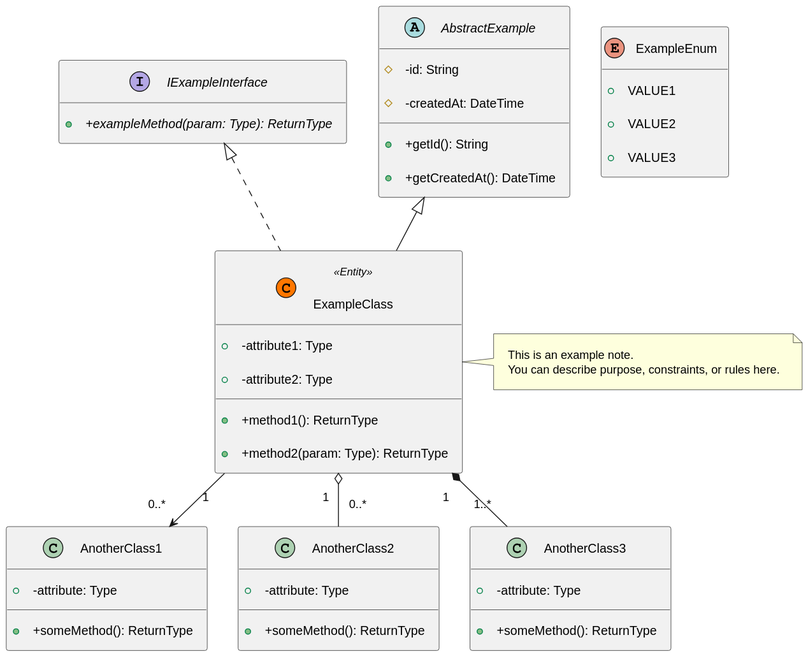
Earlier version of the PlantUML export class/plantuml_class.svg (andikatjacobdennis/UML).
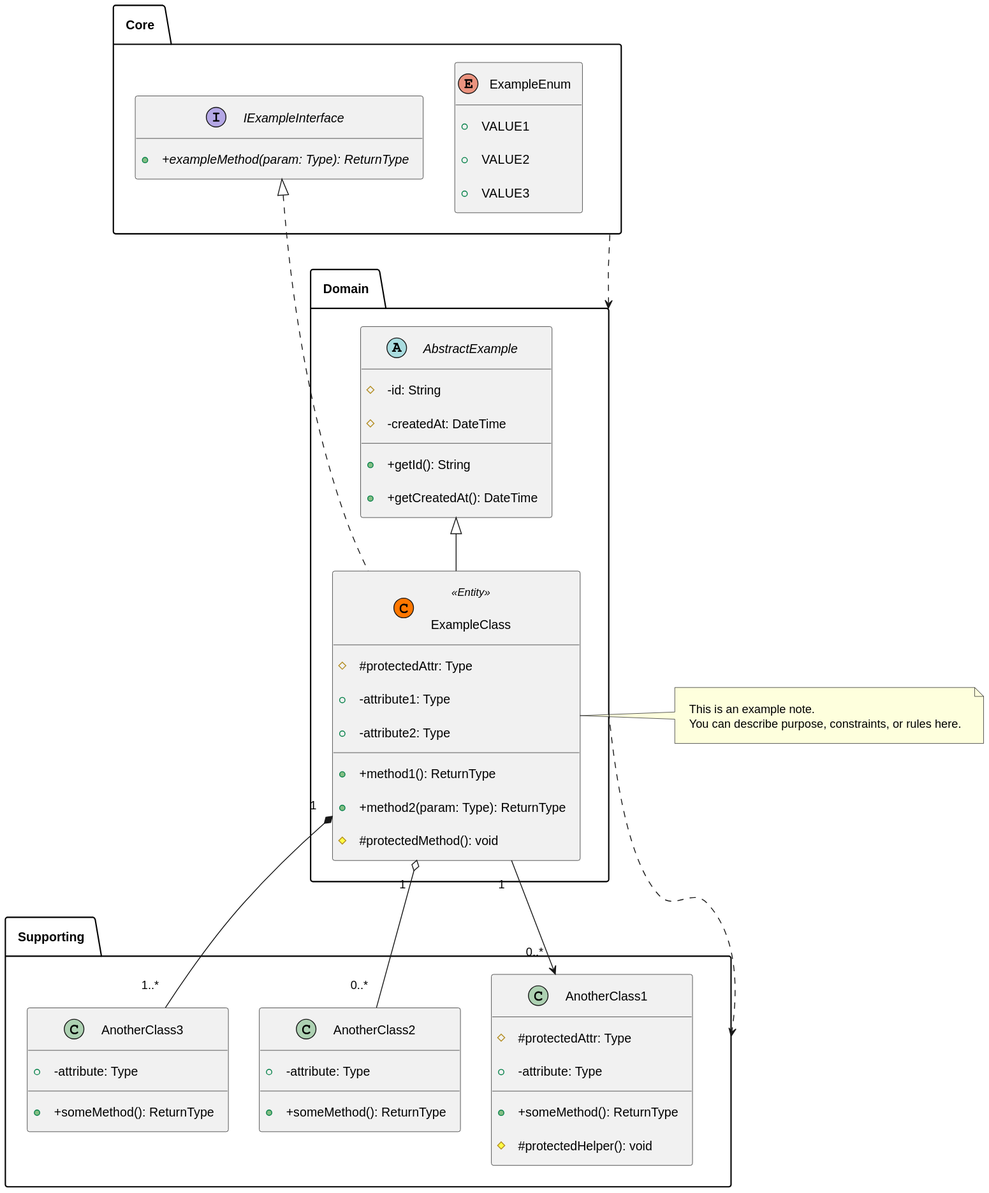
Later version of the same file.

Commit message:
Updated class diagram

The edit, as a diff of the source:
```diff
@@ -1,6 +1,5 @@
 @startuml
 
-skinparam linetype polyline
 skinparam Shadowing false
 skinparam Padding 10
 skinparam NodePadding 10
@@ -8,43 +7,53 @@
 
 hide empty members
 
-enum ExampleEnum {
-    + VALUE1
-    + VALUE2
-    + VALUE3
+package "Core" {
+    enum ExampleEnum {
+        + VALUE1
+        + VALUE2
+        + VALUE3
+    }
+
+    interface IExampleInterface {
+        + {abstract} +exampleMethod(param: Type): ReturnType
+    }
 }
 
-interface IExampleInterface {
-    + {abstract} +exampleMethod(param: Type): ReturnType
+package "Domain" {
+    abstract class AbstractExample {
+        # -id: String
+        # -createdAt: DateTime
+        + +getId(): String
+        + +getCreatedAt(): DateTime
+    }
+
+    class ExampleClass << (C,#FF7700) Entity >> {
+        # #protectedAttr: Type
+        + -attribute1: Type
+        + -attribute2: Type
+        + +method1(): ReturnType
+        + +method2(param: Type): ReturnType
+        # #protectedMethod(): void
+    }
 }
 
-abstract class AbstractExample {
-    # -id: String
-    # -createdAt: DateTime
-    + +getId(): String
-    + +getCreatedAt(): DateTime
-}
+package "Supporting" {
+    class AnotherClass1 {
+        # #protectedAttr: Type
+        + -attribute: Type
+        + +someMethod(): ReturnType
+        # #protectedHelper(): void
+    }
 
-class ExampleClass << (C,#FF7700) Entity >> {
-    + -attribute1: Type
-    + -attribute2: Type
-    + +method1(): ReturnType
-    + +method2(param: Type): ReturnType
-}
+    class AnotherClass2 {
+        + -attribute: Type
+        + +someMethod(): ReturnType
+    }
 
-class AnotherClass1 {
-    + -attribute: Type
-    + +someMethod(): ReturnType
-}
-
-class AnotherClass2 {
-    + -attribute: Type
-    + +someMethod(): ReturnType
-}
-
-class AnotherClass3 {
-    + -attribute: Type
-    + +someMethod(): ReturnType
+    class AnotherClass3 {
+        + -attribute: Type
+        + +someMethod(): ReturnType
+    }
 }
 
 AbstractExample <|-- ExampleClass
@@ -56,6 +65,9 @@
 
 ExampleClass "1" *-- "1..*" AnotherClass3
 
+Core ..> Domain
+Domain ..> Supporting
+
 note right of ExampleClass
   This is an example note.
   You can describe purpose, constraints, or rules here.
```
